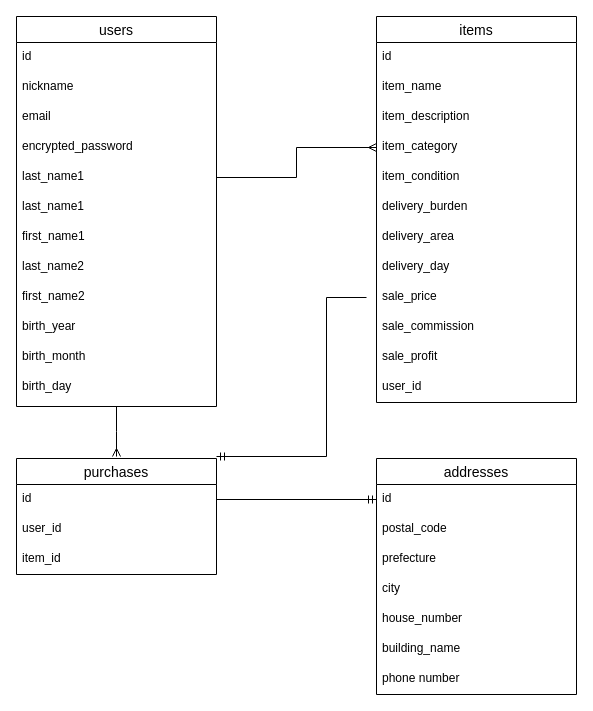
Before: er.dio in 7563Yui7564/furima-36118, a draw.io diagram. Source tidied: cells renumbered, new cells numbered last; positions are measured from the earlier drawing's top-left corner, leaving out a move shared by most shapes. Both pictures are drawn from the tidied source at 100%, with x=0, y=0 at pixel (16, 16).
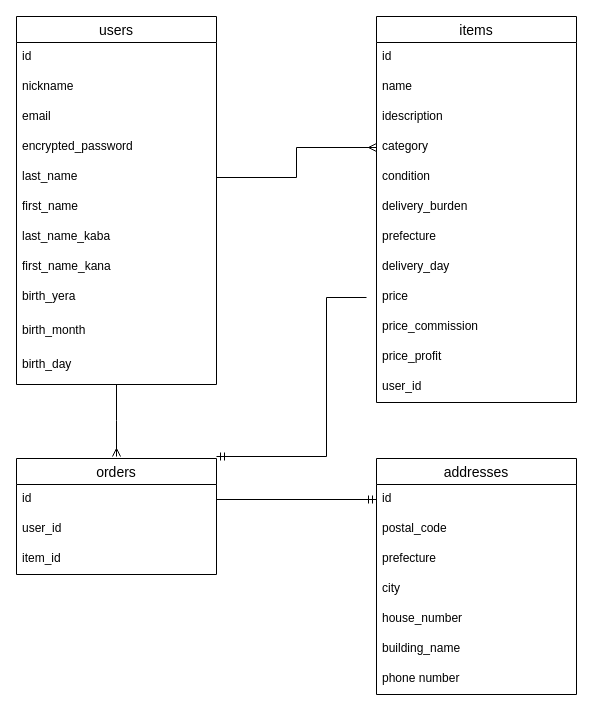
The same diagram, later.

Commit message (it also covers changes not shown here):
データベース設計修正-1

Unchanged cells that the change refers to:
```xml
<mxCell id="16" value="items" style="swimlane;fontStyle=0;horizontal=1;startSize=26;align=center;fontSize=14;" parent="1" vertex="1">
  <mxGeometry x="360" width="200" height="386" as="geometry" />
</mxCell>
```

The edit, as a diff of the source:
```diff
@@
     <mxCell id="3" value="users" style="swimlane;fontStyle=0;horizontal=1;startSize=26;align=center;fontSize=14;" parent="1" vertex="1">
-      <mxGeometry width="200" height="390" as="geometry" />
+      <mxGeometry width="200" height="368" as="geometry" />
     </mxCell>
@@
-    <mxCell id="8" value="last_name1" style="text;strokeColor=none;fillColor=none;spacingLeft=4;spacingRight=4;overflow=hidden;points=[[0,0.5],[1,0.5]];portConstraint=eastwest;fontSize=12;" parent="3" vertex="1">
+    <mxCell id="8" value="last_name" style="text;strokeColor=none;fillColor=none;spacingLeft=4;spacingRight=4;overflow=hidden;points=[[0,0.5],[1,0.5]];portConstraint=eastwest;fontSize=12;" parent="3" vertex="1">
       <mxGeometry y="146" width="200" height="30" as="geometry" />
     </mxCell>
-    <mxCell id="9" value="last_name1" style="text;strokeColor=none;fillColor=none;spacingLeft=4;spacingRight=4;overflow=hidden;fontSize=12;" parent="3" vertex="1">
+    <mxCell id="9" value="first_name" style="text;strokeColor=none;fillColor=none;spacingLeft=4;spacingRight=4;overflow=hidden;fontSize=12;" parent="3" vertex="1">
       <mxGeometry y="176" width="200" height="30" as="geometry" />
     </mxCell>
-    <mxCell id="10" value="first_name1" style="text;strokeColor=none;fillColor=none;spacingLeft=4;spacingRight=4;overflow=hidden;fontSize=12;" parent="3" vertex="1">
+    <mxCell id="10" value="last_name_kaba" style="text;strokeColor=none;fillColor=none;spacingLeft=4;spacingRight=4;overflow=hidden;fontSize=12;" parent="3" vertex="1">
       <mxGeometry y="206" width="200" height="30" as="geometry" />
     </mxCell>
-    <mxCell id="11" value="last_name2" style="text;strokeColor=none;fillColor=none;spacingLeft=4;spacingRight=4;overflow=hidden;fontSize=12;" parent="3" vertex="1">
+    <mxCell id="11" value="first_name_kana" style="text;strokeColor=none;fillColor=none;spacingLeft=4;spacingRight=4;overflow=hidden;fontSize=12;" parent="3" vertex="1">
       <mxGeometry y="236" width="200" height="30" as="geometry" />
     </mxCell>
-    <mxCell id="12" value="first_name2" style="text;strokeColor=none;fillColor=none;spacingLeft=4;spacingRight=4;overflow=hidden;fontSize=12;" parent="3" vertex="1">
-      <mxGeometry y="266" width="200" height="30" as="geometry" />
-    </mxCell>
-    <mxCell id="13" value="birth_year" style="text;strokeColor=none;fillColor=none;spacingLeft=4;spacingRight=4;overflow=hidden;fontSize=12;" parent="3" vertex="1">
-      <mxGeometry y="296" width="200" height="30" as="geometry" />
-    </mxCell>
+    <mxCell id="44" value="birth_yera" style="text;strokeColor=none;fillColor=none;spacingLeft=4;spacingRight=4;overflow=hidden;fontSize=12;" parent="3" vertex="1">
+      <mxGeometry y="266" width="200" height="34" as="geometry" />
+    </mxCell>
     <mxCell id="14" value="birth_month" style="text;strokeColor=none;fillColor=none;spacingLeft=4;spacingRight=4;overflow=hidden;fontSize=12;" parent="3" vertex="1">
-      <mxGeometry y="326" width="200" height="30" as="geometry" />
+      <mxGeometry y="300" width="200" height="34" as="geometry" />
     </mxCell>
     <mxCell id="15" value="birth_day" style="text;strokeColor=none;fillColor=none;spacingLeft=4;spacingRight=4;overflow=hidden;fontSize=12;" parent="3" vertex="1">
-      <mxGeometry y="356" width="200" height="34" as="geometry" />
+      <mxGeometry y="334" width="200" height="34" as="geometry" />
     </mxCell>
@@
-    <mxCell id="18" value="item_name" style="text;strokeColor=none;fillColor=none;spacingLeft=4;spacingRight=4;overflow=hidden;fontSize=12;" parent="16" vertex="1">
+    <mxCell id="18" value="name" style="text;strokeColor=none;fillColor=none;spacingLeft=4;spacingRight=4;overflow=hidden;fontSize=12;" parent="16" vertex="1">
       <mxGeometry y="56" width="200" height="30" as="geometry" />
     </mxCell>
-    <mxCell id="19" value="item_description" style="text;strokeColor=none;fillColor=none;spacingLeft=4;spacingRight=4;overflow=hidden;fontSize=12;" parent="16" vertex="1">
+    <mxCell id="19" value="idescription" style="text;strokeColor=none;fillColor=none;spacingLeft=4;spacingRight=4;overflow=hidden;fontSize=12;" parent="16" vertex="1">
       <mxGeometry y="86" width="200" height="30" as="geometry" />
     </mxCell>
-    <mxCell id="20" value="item_category" style="text;strokeColor=none;fillColor=none;spacingLeft=4;spacingRight=4;overflow=hidden;points=[[0,0.5],[1,0.5]];portConstraint=eastwest;fontSize=12;" parent="16" vertex="1">
+    <mxCell id="20" value="category" style="text;strokeColor=none;fillColor=none;spacingLeft=4;spacingRight=4;overflow=hidden;points=[[0,0.5],[1,0.5]];portConstraint=eastwest;fontSize=12;" parent="16" vertex="1">
       <mxGeometry y="116" width="200" height="30" as="geometry" />
     </mxCell>
-    <mxCell id="21" value="item_condition" style="text;strokeColor=none;fillColor=none;spacingLeft=4;spacingRight=4;overflow=hidden;fontSize=12;" parent="16" vertex="1">
+    <mxCell id="21" value="condition" style="text;strokeColor=none;fillColor=none;spacingLeft=4;spacingRight=4;overflow=hidden;fontSize=12;" parent="16" vertex="1">
       <mxGeometry y="146" width="200" height="30" as="geometry" />
     </mxCell>
@@
-    <mxCell id="23" value="delivery_area" style="text;strokeColor=none;fillColor=none;spacingLeft=4;spacingRight=4;overflow=hidden;fontSize=12;" parent="16" vertex="1">
+    <mxCell id="23" value="prefecture" style="text;strokeColor=none;fillColor=none;spacingLeft=4;spacingRight=4;overflow=hidden;fontSize=12;" parent="16" vertex="1">
       <mxGeometry y="206" width="200" height="30" as="geometry" />
     </mxCell>
@@
-    <mxCell id="25" value="sale_price" style="text;strokeColor=none;fillColor=none;spacingLeft=4;spacingRight=4;overflow=hidden;fontSize=12;" parent="16" vertex="1">
+    <mxCell id="25" value="price" style="text;strokeColor=none;fillColor=none;spacingLeft=4;spacingRight=4;overflow=hidden;fontSize=12;" parent="16" vertex="1">
       <mxGeometry y="266" width="200" height="30" as="geometry" />
     </mxCell>
-    <mxCell id="26" value="sale_commission" style="text;strokeColor=none;fillColor=none;spacingLeft=4;spacingRight=4;overflow=hidden;fontSize=12;" parent="16" vertex="1">
+    <mxCell id="26" value="price_commission" style="text;strokeColor=none;fillColor=none;spacingLeft=4;spacingRight=4;overflow=hidden;fontSize=12;" parent="16" vertex="1">
       <mxGeometry y="296" width="200" height="30" as="geometry" />
     </mxCell>
-    <mxCell id="27" value="sale_profit" style="text;strokeColor=none;fillColor=none;spacingLeft=4;spacingRight=4;overflow=hidden;fontSize=12;" parent="16" vertex="1">
+    <mxCell id="27" value="price_profit" style="text;strokeColor=none;fillColor=none;spacingLeft=4;spacingRight=4;overflow=hidden;fontSize=12;" parent="16" vertex="1">
       <mxGeometry y="326" width="200" height="30" as="geometry" />
     </mxCell>
@@
-    <mxCell id="29" value="purchases" style="swimlane;fontStyle=0;horizontal=1;startSize=26;align=center;fontSize=14;" parent="1" vertex="1">
+    <mxCell id="29" value="orders" style="swimlane;fontStyle=0;horizontal=1;startSize=26;align=center;fontSize=14;" parent="1" vertex="1">
       <mxGeometry y="442" width="200" height="116" as="geometry" />
     </mxCell>
```
